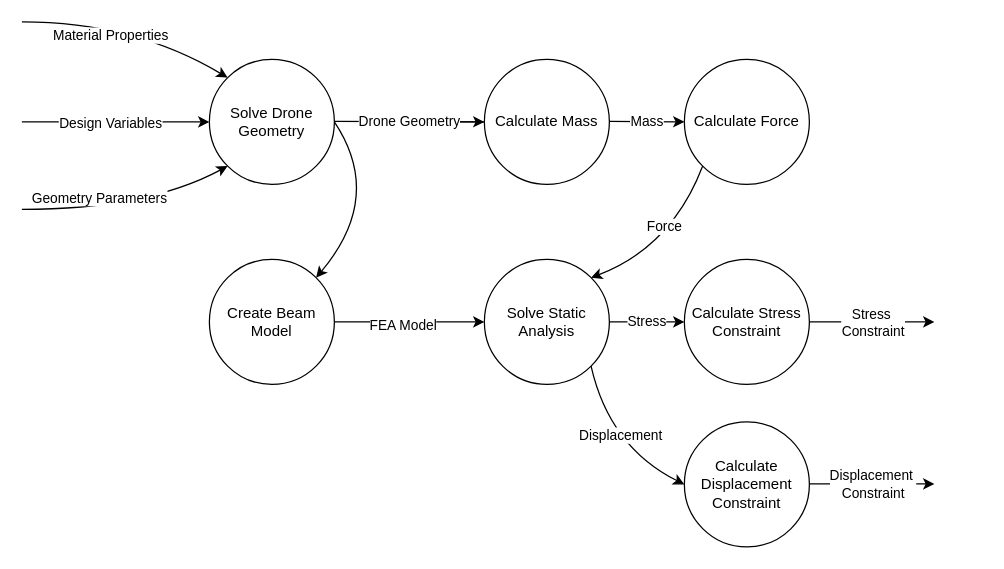
Before: Thesis/Images/DFDs/DFD Stress Displacement Constraint (3).drawio in NathanielHargan/UAV_Optimization, a draw.io diagram. Source tidied: cells renumbered, new cells numbered last; positions are measured from the earlier drawing's top-left corner, leaving out a move shared by most shapes. Both pictures are drawn from the tidied source at 125%, with x=0, y=0 at pixel (21, 21).
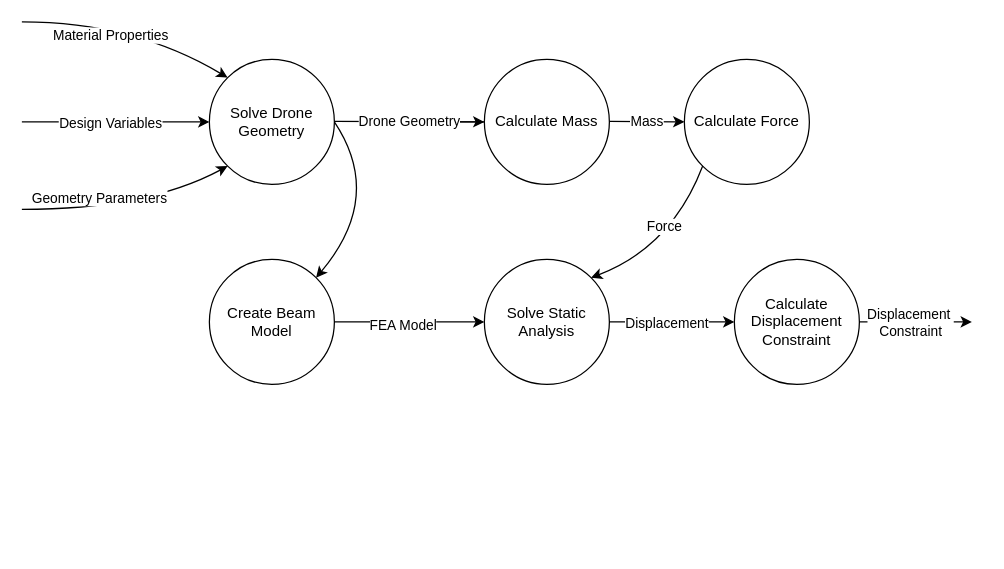
The same page after the edit.

The change refers to these unchanged cells:
```xml
<mxCell id="17" value="Solve Static Analysis" style="ellipse;whiteSpace=wrap;html=1;" parent="1" vertex="1">
  <mxGeometry x="370" y="190" width="100" height="100" as="geometry" />
</mxCell>
```

Change to the diagram source:
```diff
@@
-    <mxCell id="22" value="Stress" style="endArrow=classic;html=1;rounded=0;exitX=1;exitY=0.5;exitDx=0;exitDy=0;entryX=0;entryY=0.5;entryDx=0;entryDy=0;" parent="1" edge="1" source="17" target="23">
-      <mxGeometry relative="1" as="geometry" />
-    </mxCell>
-    <mxCell id="23" value="Calculate Stress Constraint" style="ellipse;whiteSpace=wrap;html=1;" parent="1" vertex="1">
-      <mxGeometry x="530" y="190" width="100" height="100" as="geometry" />
-    </mxCell>
     <mxCell id="24" value="Calculate Displacement Constraint" style="ellipse;whiteSpace=wrap;html=1;" parent="1" vertex="1">
-      <mxGeometry x="530" y="320" width="100" height="100" as="geometry" />
+      <mxGeometry x="570" y="190" width="100" height="100" as="geometry" />
     </mxCell>
-    <mxCell id="25" style="curved=1;endArrow=classic;html=1;rounded=0;exitX=1;exitY=1;exitDx=0;exitDy=0;entryX=0;entryY=0.5;entryDx=0;entryDy=0;" parent="1" edge="1" source="17" target="24">
-      <mxGeometry relative="1" as="geometry">
-        <Array as="points">
-          <mxPoint x="470" y="340" />
-        </Array>
-      </mxGeometry>
+    <mxCell id="25" style="curved=1;endArrow=classic;html=1;rounded=0;exitX=1;exitY=0.5;exitDx=0;exitDy=0;entryX=0;entryY=0.5;entryDx=0;entryDy=0;" parent="1" edge="1" source="17" target="24">
+      <mxGeometry relative="1" as="geometry" />
     </mxCell>
     <mxCell id="26" value="Displacement" style="edgeLabel;html=1;align=center;verticalAlign=middle;" parent="25" vertex="1">
-      <mxGeometry x="-0.11" y="10" relative="1" as="geometry" />
+      <mxGeometry x="-0.11" y="10" relative="1" as="geometry">
+        <mxPoint y="10" as="offset" />
+      </mxGeometry>
     </mxCell>
-    <mxCell id="27" style="endArrow=classic;html=1;rounded=0;" parent="1" edge="1">
-      <mxGeometry relative="1" as="geometry">
-        <mxPoint x="630" y="240" as="sourcePoint" />
-        <mxPoint x="730" y="240" as="targetPoint" />
-      </mxGeometry>
-    </mxCell>
-    <mxCell id="28" value="Stress&amp;nbsp;&lt;div&gt;Constraint&lt;/div&gt;" style="edgeLabel;html=1;align=center;verticalAlign=middle;" parent="27" vertex="1">
-      <mxGeometry x="-0.06" y="-3" relative="1" as="geometry">
-        <mxPoint x="3" y="-3" as="offset" />
-      </mxGeometry>
-    </mxCell>
-    <mxCell id="29" style="endArrow=classic;html=1;rounded=0;" parent="1" edge="1">
+    <mxCell id="29" style="endArrow=classic;html=1;rounded=0;exitX=1;exitY=0.5;exitDx=0;exitDy=0;" parent="1" edge="1" source="24">
       <mxGeometry relative="1" as="geometry">
-        <mxPoint x="630" y="369.6" as="sourcePoint" />
-        <mxPoint x="730" y="369.6" as="targetPoint" />
+        <mxPoint x="760" y="240" as="targetPoint" />
       </mxGeometry>
     </mxCell>
     <mxCell id="30" value="Displacement&amp;nbsp;&lt;div&gt;Constraint&lt;/div&gt;" style="edgeLabel;html=1;align=center;verticalAlign=middle;" parent="29" vertex="1">
       <mxGeometry x="-0.06" y="-3" relative="1" as="geometry">
-        <mxPoint x="3" y="-3" as="offset" />
+        <mxPoint x="-2" y="-3" as="offset" />
       </mxGeometry>
     </mxCell>
```
